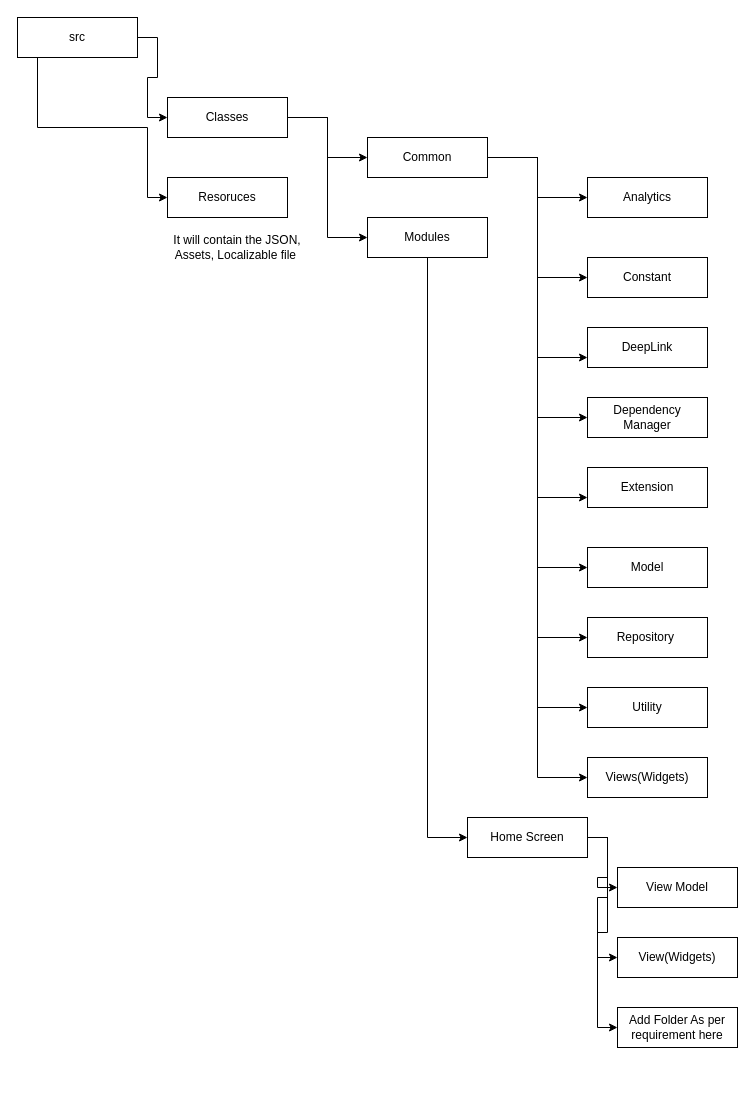
shantaramk/Draw keeps this draw.io diagram as Untitled Diagram.drawio. Above is the earlier version. Source tidied: cells renumbered, new cells numbered last; positions are measured from the earlier drawing's top-left corner, leaving out a move shared by most shapes. Both pictures are drawn from the tidied source at 100%, with x=0, y=0 at pixel (17, 17).
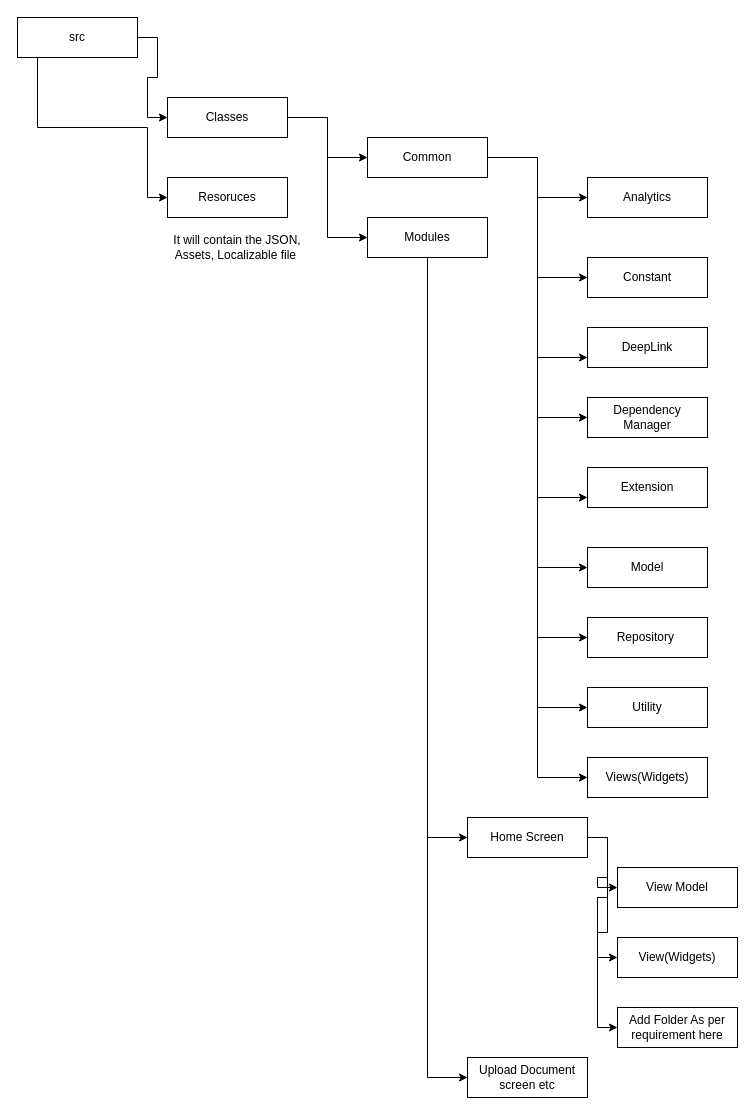
The same page after the edit.

Unchanged cells that the change refers to:
```xml
<mxCell id="22" value="Modules" style="rounded=0;whiteSpace=wrap;html=1;" parent="1" vertex="1">
  <mxGeometry x="350" y="200" width="120" height="40" as="geometry" />
</mxCell>
```

Change to the diagram source:
```diff
@@
+    <mxCell id="39" style="edgeStyle=orthogonalEdgeStyle;rounded=0;jettySize=auto;html=1;entryX=0;entryY=0.5;entryDx=0;entryDy=0;" parent="1" edge="1" source="22" target="40">
+      <mxGeometry relative="1" as="geometry" />
+    </mxCell>
@@
+    <mxCell id="40" value="Upload Document screen etc" style="rounded=0;whiteSpace=wrap;html=1;" parent="1" vertex="1">
+      <mxGeometry x="450" y="1040" width="120" height="40" as="geometry" />
+    </mxCell>
```
